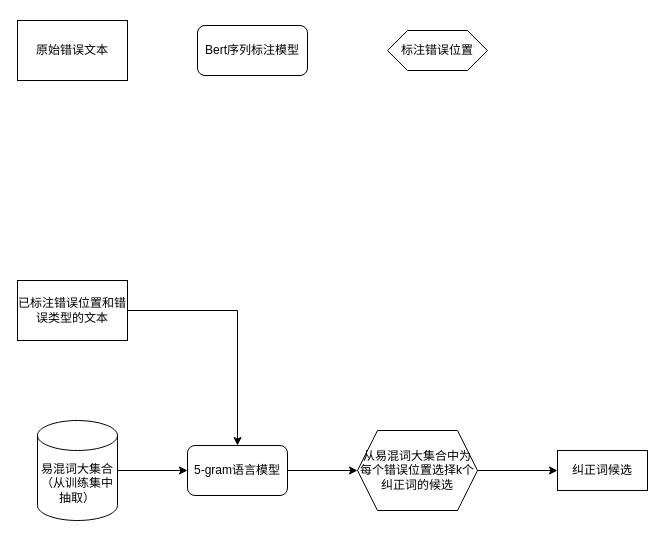
Earlier version of the draw.io diagram draw/corrector.drawio (GongCQ/draw_io). Source tidied: cells renumbered, new cells numbered last; positions are measured from the earlier drawing's top-left corner, leaving out a move shared by most shapes. Both pictures are drawn from the tidied source at 100%, with x=0, y=0 at pixel (17, 20).
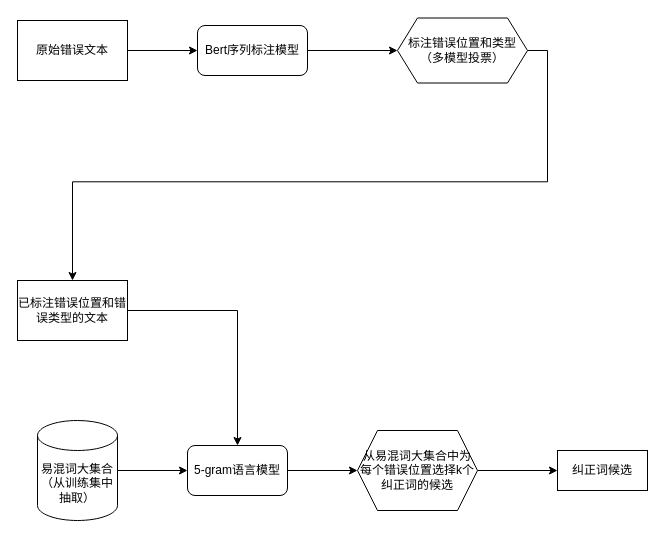
The same page after the edit.

Change to the diagram source:
```diff
@@
 <mxGraphModel>
   <root>
     <mxCell id="0" />
     <mxCell id="1" parent="0" />
     <mxCell id="2" style="edgeStyle=orthogonalEdgeStyle;rounded=0;jettySize=auto;html=1;exitX=1;exitY=0.5;exitDx=0;exitDy=0;entryX=0.5;entryY=0;entryDx=0;entryDy=0;" parent="1" edge="1" source="10" target="4">
       <mxGeometry relative="1" as="geometry" />
     </mxCell>
     <mxCell id="3" style="edgeStyle=orthogonalEdgeStyle;rounded=0;jettySize=auto;html=1;exitX=1;exitY=0.5;exitDx=0;exitDy=0;entryX=0;entryY=0.5;entryDx=0;entryDy=0;" parent="1" edge="1" source="4" target="8">
       <mxGeometry relative="1" as="geometry" />
     </mxCell>
     <mxCell id="4" value="5-gram语言模型" style="rounded=1;whiteSpace=wrap;html=1;" parent="1" vertex="1">
       <mxGeometry x="170" y="425" width="100" height="50" as="geometry" />
     </mxCell>
     <mxCell id="5" style="edgeStyle=orthogonalEdgeStyle;rounded=0;jettySize=auto;html=1;exitX=1;exitY=0.5;exitDx=0;exitDy=0;exitPerimeter=0;entryX=0;entryY=0.5;entryDx=0;entryDy=0;" parent="1" edge="1" source="6" target="4">
       <mxGeometry relative="1" as="geometry" />
     </mxCell>
     <mxCell id="6" value="易混词大集合&lt;br&gt;（从训练集中抽取）" style="shape=cylinder3;whiteSpace=wrap;html=1;boundedLbl=1;backgroundOutline=1;size=15;" parent="1" vertex="1">
       <mxGeometry x="20" y="400" width="80" height="100" as="geometry" />
     </mxCell>
     <mxCell id="7" style="edgeStyle=orthogonalEdgeStyle;rounded=0;jettySize=auto;html=1;" parent="1" edge="1" source="8" target="9">
       <mxGeometry relative="1" as="geometry" />
     </mxCell>
     <mxCell id="8" value="从易混词大集合中为每个错误位置选择k个纠正词的候选" style="shape=hexagon;perimeter=hexagonPerimeter2;whiteSpace=wrap;html=1;fixedSize=1;" parent="1" vertex="1">
       <mxGeometry x="340" y="410" width="120" height="80" as="geometry" />
     </mxCell>
     <mxCell id="9" value="纠正词候选" style="whiteSpace=wrap;html=1;" parent="1" vertex="1">
       <mxGeometry x="540" y="430" width="90" height="40" as="geometry" />
     </mxCell>
     <mxCell id="10" value="&lt;span style=&quot;&quot;&gt;已标注错误位置和错误类型的文本&lt;/span&gt;" style="rounded=0;whiteSpace=wrap;html=1;" parent="1" vertex="1">
       <mxGeometry y="260" width="110" height="60" as="geometry" />
     </mxCell>
+    <mxCell id="14" style="edgeStyle=orthogonalEdgeStyle;rounded=0;jettySize=auto;html=1;exitX=1;exitY=0.5;exitDx=0;exitDy=0;entryX=0;entryY=0.5;entryDx=0;entryDy=0;" parent="1" edge="1" source="11" target="12">
+      <mxGeometry relative="1" as="geometry" />
+    </mxCell>
     <mxCell id="11" value="&lt;span style=&quot;&quot;&gt;原始错误文本&lt;/span&gt;" style="rounded=0;whiteSpace=wrap;html=1;" parent="1" vertex="1">
       <mxGeometry width="110" height="60" as="geometry" />
     </mxCell>
+    <mxCell id="15" style="edgeStyle=orthogonalEdgeStyle;rounded=0;jettySize=auto;html=1;exitX=1;exitY=0.5;exitDx=0;exitDy=0;entryX=0;entryY=0.5;entryDx=0;entryDy=0;" parent="1" edge="1" source="12" target="13">
+      <mxGeometry relative="1" as="geometry" />
+    </mxCell>
     <mxCell id="12" value="Bert序列标注模型" style="rounded=1;whiteSpace=wrap;html=1;" parent="1" vertex="1">
       <mxGeometry x="180" y="5" width="110" height="50" as="geometry" />
     </mxCell>
+    <mxCell id="16" style="edgeStyle=orthogonalEdgeStyle;rounded=0;jettySize=auto;html=1;exitX=1;exitY=0.5;exitDx=0;exitDy=0;entryX=0.5;entryY=0;entryDx=0;entryDy=0;" parent="1" edge="1" source="13" target="10">
+      <mxGeometry relative="1" as="geometry" />
+    </mxCell>
-    <mxCell id="13" value="标注错误位置" style="shape=hexagon;perimeter=hexagonPerimeter2;whiteSpace=wrap;html=1;fixedSize=1;" parent="1" vertex="1">
-      <mxGeometry x="370" y="10" width="100" height="40" as="geometry" />
+    <mxCell id="13" value="标注错误位置和类型&lt;br&gt;（多模型投票）" style="shape=hexagon;perimeter=hexagonPerimeter2;whiteSpace=wrap;html=1;fixedSize=1;" parent="1" vertex="1">
+      <mxGeometry x="380" y="-2.5" width="130" height="65" as="geometry" />
     </mxCell>
   </root>
 </mxGraphModel>
```
